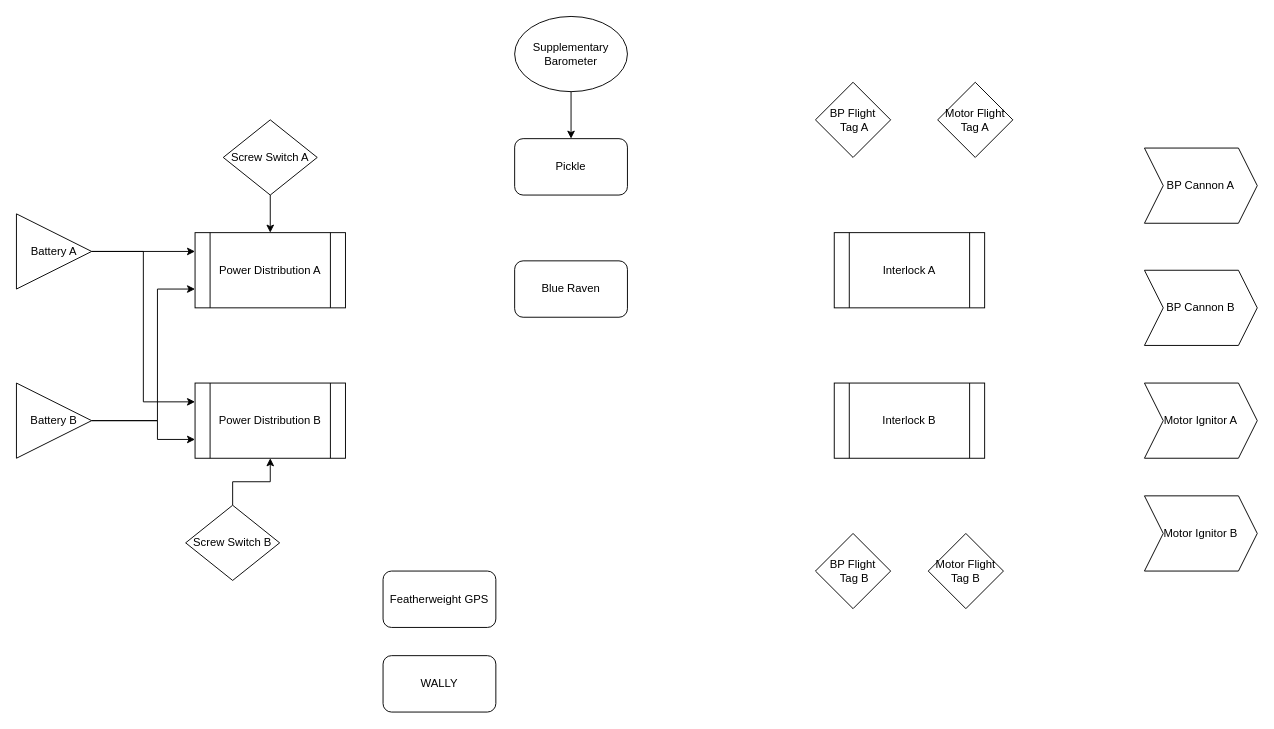
Earlier version of the draw.io diagram SIRIUS_sustainer.drawio (icl-rocketry/wally). Source tidied: cells renumbered, new cells numbered last; positions are measured from the earlier drawing's top-left corner, leaving out a move shared by most shapes. Both pictures are drawn from the tidied source at 94%, with x=0, y=0 at pixel (16, 16).
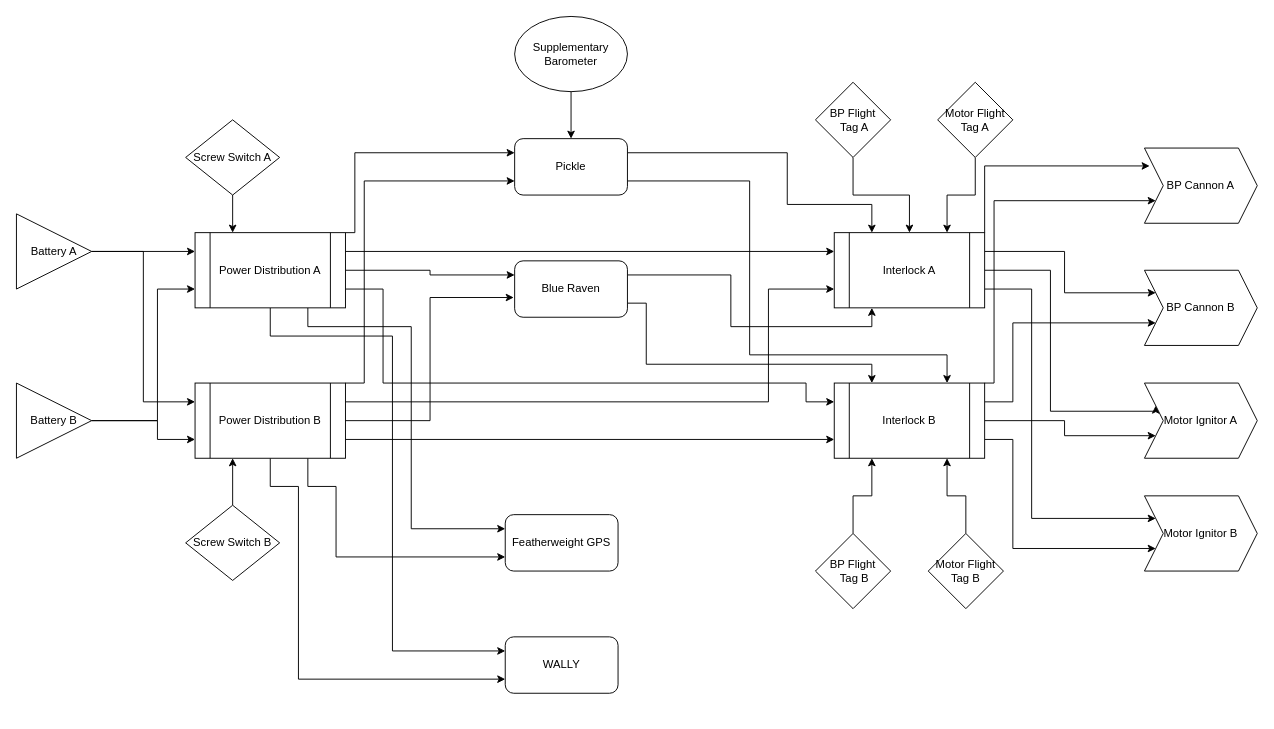
The same diagram, later.

The change refers to these unchanged cells:
```xml
<mxCell id="2" value="Power Distribution A" style="shape=process;whiteSpace=wrap;html=1;backgroundOutline=1;" parent="1" vertex="1">
  <mxGeometry x="190" y="230" width="160" height="80" as="geometry" />
</mxCell>
<mxCell id="3" value="Power Distribution B" style="shape=process;whiteSpace=wrap;html=1;backgroundOutline=1;" parent="1" vertex="1">
  <mxGeometry x="190" y="390" width="160" height="80" as="geometry" />
</mxCell>
<mxCell id="13" value="Screw Switch B" style="rhombus;whiteSpace=wrap;html=1;" parent="1" vertex="1">
  <mxGeometry x="180" y="520" width="100" height="80" as="geometry" />
</mxCell>
<mxCell id="14" value="Pickle" style="rounded=1;whiteSpace=wrap;html=1;" parent="1" vertex="1">
  <mxGeometry x="530" y="130" width="120" height="60" as="geometry" />
</mxCell>
<mxCell id="15" value="Blue Raven" style="rounded=1;whiteSpace=wrap;html=1;" parent="1" vertex="1">
  <mxGeometry x="530" y="260" width="120" height="60" as="geometry" />
</mxCell>
<mxCell id="20" value="Interlock A" style="shape=process;whiteSpace=wrap;html=1;backgroundOutline=1;" parent="1" vertex="1">
  <mxGeometry x="870" y="230" width="160" height="80" as="geometry" />
</mxCell>
<mxCell id="21" value="Interlock B" style="shape=process;whiteSpace=wrap;html=1;backgroundOutline=1;" parent="1" vertex="1">
  <mxGeometry x="870" y="390" width="160" height="80" as="geometry" />
</mxCell>
<mxCell id="22" value="BP Cannon A" style="shape=step;perimeter=stepPerimeter;whiteSpace=wrap;html=1;fixedSize=1;" parent="1" vertex="1">
  <mxGeometry x="1200" y="140" width="120" height="80" as="geometry" />
</mxCell>
<mxCell id="23" value="BP Cannon B" style="shape=step;perimeter=stepPerimeter;whiteSpace=wrap;html=1;fixedSize=1;" parent="1" vertex="1">
  <mxGeometry x="1200" y="270" width="120" height="80" as="geometry" />
</mxCell>
<mxCell id="24" value="Motor Ignitor A" style="shape=step;perimeter=stepPerimeter;whiteSpace=wrap;html=1;fixedSize=1;" parent="1" vertex="1">
  <mxGeometry x="1200" y="390" width="120" height="80" as="geometry" />
</mxCell>
<mxCell id="25" value="Motor Ignitor B" style="shape=step;perimeter=stepPerimeter;whiteSpace=wrap;html=1;fixedSize=1;" parent="1" vertex="1">
  <mxGeometry x="1200" y="510" width="120" height="80" as="geometry" />
</mxCell>
<mxCell id="26" value="BP Flight&lt;br&gt;&amp;nbsp;Tag A" style="rhombus;whiteSpace=wrap;html=1;" parent="1" vertex="1">
  <mxGeometry x="850" y="70" width="80" height="80" as="geometry" />
</mxCell>
<mxCell id="27" value="Motor Flight Tag A" style="rhombus;whiteSpace=wrap;html=1;" parent="1" vertex="1">
  <mxGeometry x="980" y="70" width="80" height="80" as="geometry" />
</mxCell>
<mxCell id="28" value="BP Flight&lt;br&gt;&amp;nbsp;Tag B" style="rhombus;whiteSpace=wrap;html=1;" parent="1" vertex="1">
  <mxGeometry x="850" y="550" width="80" height="80" as="geometry" />
</mxCell>
<mxCell id="29" value="Motor Flight Tag B" style="rhombus;whiteSpace=wrap;html=1;" parent="1" vertex="1">
  <mxGeometry x="970" y="550" width="80" height="80" as="geometry" />
</mxCell>
```

What changed in the source:
```diff
@@
+    <mxCell id="30" style="edgeStyle=orthogonalEdgeStyle;rounded=0;jettySize=auto;html=1;exitX=1;exitY=0;exitDx=0;exitDy=0;entryX=0;entryY=0.25;entryDx=0;entryDy=0;" parent="1" edge="1" source="2" target="14">
+      <mxGeometry relative="1" as="geometry">
+        <Array as="points">
+          <mxPoint x="360" y="230" />
+          <mxPoint x="360" y="145" />
+        </Array>
+      </mxGeometry>
+    </mxCell>
+    <mxCell id="31" style="edgeStyle=orthogonalEdgeStyle;rounded=0;jettySize=auto;html=1;exitX=1;exitY=0.25;exitDx=0;exitDy=0;entryX=0;entryY=0.25;entryDx=0;entryDy=0;" parent="1" edge="1" source="2" target="20">
+      <mxGeometry relative="1" as="geometry" />
+    </mxCell>
+    <mxCell id="32" style="edgeStyle=orthogonalEdgeStyle;rounded=0;jettySize=auto;html=1;exitX=1;exitY=0.5;exitDx=0;exitDy=0;entryX=0;entryY=0.25;entryDx=0;entryDy=0;" parent="1" edge="1" source="2" target="15">
+      <mxGeometry relative="1" as="geometry" />
+    </mxCell>
+    <mxCell id="33" style="edgeStyle=orthogonalEdgeStyle;rounded=0;jettySize=auto;html=1;exitX=1;exitY=0.75;exitDx=0;exitDy=0;entryX=0;entryY=0.25;entryDx=0;entryDy=0;" parent="1" edge="1" source="2" target="21">
+      <mxGeometry relative="1" as="geometry">
+        <Array as="points">
+          <mxPoint x="390" y="290" />
+          <mxPoint x="390" y="390" />
+          <mxPoint x="840" y="390" />
+          <mxPoint x="840" y="410" />
+        </Array>
+      </mxGeometry>
+    </mxCell>
+    <mxCell id="34" style="edgeStyle=orthogonalEdgeStyle;rounded=0;jettySize=auto;html=1;exitX=0.75;exitY=1;exitDx=0;exitDy=0;entryX=0;entryY=0.25;entryDx=0;entryDy=0;" parent="1" edge="1" source="2" target="17">
+      <mxGeometry relative="1" as="geometry">
+        <Array as="points">
+          <mxPoint x="310" y="330" />
+          <mxPoint x="420" y="330" />
+          <mxPoint x="420" y="545" />
+        </Array>
+      </mxGeometry>
+    </mxCell>
+    <mxCell id="35" style="edgeStyle=orthogonalEdgeStyle;rounded=0;jettySize=auto;html=1;exitX=0.5;exitY=1;exitDx=0;exitDy=0;entryX=0;entryY=0.25;entryDx=0;entryDy=0;" parent="1" edge="1" source="2" target="16">
+      <mxGeometry relative="1" as="geometry">
+        <Array as="points">
+          <mxPoint x="270" y="340" />
+          <mxPoint x="400" y="340" />
+          <mxPoint x="400" y="675" />
+        </Array>
+      </mxGeometry>
+    </mxCell>
@@
+    <mxCell id="36" style="edgeStyle=orthogonalEdgeStyle;rounded=0;jettySize=auto;html=1;exitX=1;exitY=0;exitDx=0;exitDy=0;entryX=0;entryY=0.75;entryDx=0;entryDy=0;" parent="1" edge="1" source="3" target="14">
+      <mxGeometry relative="1" as="geometry">
+        <Array as="points">
+          <mxPoint x="370" y="390" />
+          <mxPoint x="370" y="175" />
+        </Array>
+      </mxGeometry>
+    </mxCell>
+    <mxCell id="37" style="edgeStyle=orthogonalEdgeStyle;rounded=0;jettySize=auto;html=1;exitX=1;exitY=0.25;exitDx=0;exitDy=0;entryX=0;entryY=0.75;entryDx=0;entryDy=0;" parent="1" edge="1" source="3" target="20">
+      <mxGeometry relative="1" as="geometry">
+        <Array as="points">
+          <mxPoint x="800" y="410" />
+          <mxPoint x="800" y="290" />
+        </Array>
+      </mxGeometry>
+    </mxCell>
+    <mxCell id="38" style="edgeStyle=orthogonalEdgeStyle;rounded=0;jettySize=auto;html=1;exitX=1;exitY=0.75;exitDx=0;exitDy=0;entryX=0;entryY=0.75;entryDx=0;entryDy=0;" parent="1" edge="1" source="3" target="21">
+      <mxGeometry relative="1" as="geometry" />
+    </mxCell>
+    <mxCell id="39" style="edgeStyle=orthogonalEdgeStyle;rounded=0;jettySize=auto;html=1;exitX=0.75;exitY=1;exitDx=0;exitDy=0;entryX=0;entryY=0.75;entryDx=0;entryDy=0;" parent="1" edge="1" source="3" target="17">
+      <mxGeometry relative="1" as="geometry">
+        <Array as="points">
+          <mxPoint x="310" y="500" />
+          <mxPoint x="340" y="500" />
+          <mxPoint x="340" y="575" />
+        </Array>
+      </mxGeometry>
+    </mxCell>
+    <mxCell id="40" style="edgeStyle=orthogonalEdgeStyle;rounded=0;jettySize=auto;html=1;exitX=0.5;exitY=1;exitDx=0;exitDy=0;entryX=0;entryY=0.75;entryDx=0;entryDy=0;" parent="1" edge="1" source="3" target="16">
+      <mxGeometry relative="1" as="geometry">
+        <Array as="points">
+          <mxPoint x="270" y="500" />
+          <mxPoint x="300" y="500" />
+          <mxPoint x="300" y="705" />
+        </Array>
+      </mxGeometry>
+    </mxCell>
@@
-    <mxCell id="10" style="edgeStyle=orthogonalEdgeStyle;rounded=0;jettySize=auto;html=1;exitX=0.5;exitY=1;exitDx=0;exitDy=0;entryX=0.5;entryY=0;entryDx=0;entryDy=0;" parent="1" edge="1" source="11" target="2">
+    <mxCell id="10" style="edgeStyle=orthogonalEdgeStyle;rounded=0;jettySize=auto;html=1;exitX=0.5;exitY=1;exitDx=0;exitDy=0;entryX=0.25;entryY=0;entryDx=0;entryDy=0;" parent="1" edge="1" source="11" target="2">
       <mxGeometry relative="1" as="geometry" />
     </mxCell>
     <mxCell id="11" value="Screw Switch A" style="rhombus;whiteSpace=wrap;html=1;" parent="1" vertex="1">
-      <mxGeometry x="220" y="110" width="100" height="80" as="geometry" />
+      <mxGeometry x="180" y="110" width="100" height="80" as="geometry" />
     </mxCell>
-    <mxCell id="12" style="edgeStyle=orthogonalEdgeStyle;rounded=0;jettySize=auto;html=1;exitX=0.5;exitY=0;exitDx=0;exitDy=0;entryX=0.5;entryY=1;entryDx=0;entryDy=0;" parent="1" edge="1" source="13" target="3">
+    <mxCell id="12" style="edgeStyle=orthogonalEdgeStyle;rounded=0;jettySize=auto;html=1;exitX=0.5;exitY=0;exitDx=0;exitDy=0;entryX=0.25;entryY=1;entryDx=0;entryDy=0;" parent="1" edge="1" source="13" target="3">
       <mxGeometry relative="1" as="geometry" />
     </mxCell>
@@
+    <mxCell id="41" style="edgeStyle=orthogonalEdgeStyle;rounded=0;jettySize=auto;html=1;exitX=1;exitY=0.25;exitDx=0;exitDy=0;entryX=0.25;entryY=0;entryDx=0;entryDy=0;" parent="1" edge="1" source="14" target="20">
+      <mxGeometry relative="1" as="geometry">
+        <Array as="points">
+          <mxPoint x="820" y="145" />
+          <mxPoint x="820" y="200" />
+          <mxPoint x="910" y="200" />
+        </Array>
+      </mxGeometry>
+    </mxCell>
+    <mxCell id="42" style="edgeStyle=orthogonalEdgeStyle;rounded=0;jettySize=auto;html=1;exitX=1;exitY=0.75;exitDx=0;exitDy=0;entryX=0.75;entryY=0;entryDx=0;entryDy=0;" parent="1" edge="1" source="14" target="21">
+      <mxGeometry relative="1" as="geometry">
+        <Array as="points">
+          <mxPoint x="780" y="175" />
+          <mxPoint x="780" y="360" />
+          <mxPoint x="990" y="360" />
+        </Array>
+      </mxGeometry>
+    </mxCell>
@@
+    <mxCell id="43" style="edgeStyle=orthogonalEdgeStyle;rounded=0;jettySize=auto;html=1;exitX=1;exitY=0.25;exitDx=0;exitDy=0;entryX=0.25;entryY=1;entryDx=0;entryDy=0;" parent="1" edge="1" source="15" target="20">
+      <mxGeometry relative="1" as="geometry" />
+    </mxCell>
+    <mxCell id="44" style="edgeStyle=orthogonalEdgeStyle;rounded=0;jettySize=auto;html=1;exitX=1;exitY=0.75;exitDx=0;exitDy=0;entryX=0.25;entryY=0;entryDx=0;entryDy=0;" parent="1" edge="1" source="15" target="21">
+      <mxGeometry relative="1" as="geometry">
+        <Array as="points">
+          <mxPoint x="670" y="305" />
+          <mxPoint x="670" y="370" />
+          <mxPoint x="910" y="370" />
+        </Array>
+      </mxGeometry>
+    </mxCell>
@@
     <mxCell id="16" value="WALLY" style="rounded=1;whiteSpace=wrap;html=1;" parent="1" vertex="1">
-      <mxGeometry x="390" y="680" width="120" height="60" as="geometry" />
+      <mxGeometry x="520" y="660" width="120" height="60" as="geometry" />
     </mxCell>
     <mxCell id="17" value="Featherweight GPS" style="rounded=1;whiteSpace=wrap;html=1;" parent="1" vertex="1">
-      <mxGeometry x="390" y="590" width="120" height="60" as="geometry" />
+      <mxGeometry x="520" y="530" width="120" height="60" as="geometry" />
     </mxCell>
@@
+    <mxCell id="45" style="edgeStyle=orthogonalEdgeStyle;rounded=0;jettySize=auto;html=1;exitX=1;exitY=0.25;exitDx=0;exitDy=0;entryX=0;entryY=0.25;entryDx=0;entryDy=0;" parent="1" edge="1" source="20" target="23">
+      <mxGeometry relative="1" as="geometry" />
+    </mxCell>
+    <mxCell id="46" style="edgeStyle=orthogonalEdgeStyle;rounded=0;jettySize=auto;html=1;exitX=1;exitY=0.5;exitDx=0;exitDy=0;entryX=0;entryY=0.25;entryDx=0;entryDy=0;" parent="1" edge="1" source="20" target="24">
+      <mxGeometry relative="1" as="geometry">
+        <Array as="points">
+          <mxPoint x="1100" y="270" />
+          <mxPoint x="1100" y="420" />
+          <mxPoint x="1212" y="420" />
+        </Array>
+      </mxGeometry>
+    </mxCell>
+    <mxCell id="47" style="edgeStyle=orthogonalEdgeStyle;rounded=0;jettySize=auto;html=1;exitX=1;exitY=0.75;exitDx=0;exitDy=0;entryX=0;entryY=0.25;entryDx=0;entryDy=0;" parent="1" edge="1" source="20" target="25">
+      <mxGeometry relative="1" as="geometry">
+        <Array as="points">
+          <mxPoint x="1080" y="290" />
+          <mxPoint x="1080" y="534" />
+        </Array>
+      </mxGeometry>
+    </mxCell>
@@
+    <mxCell id="48" style="edgeStyle=orthogonalEdgeStyle;rounded=0;jettySize=auto;html=1;exitX=1;exitY=0;exitDx=0;exitDy=0;entryX=0;entryY=0.75;entryDx=0;entryDy=0;" parent="1" edge="1" source="21" target="22">
+      <mxGeometry relative="1" as="geometry">
+        <Array as="points">
+          <mxPoint x="1040" y="390" />
+          <mxPoint x="1040" y="196" />
+        </Array>
+      </mxGeometry>
+    </mxCell>
+    <mxCell id="49" style="edgeStyle=orthogonalEdgeStyle;rounded=0;jettySize=auto;html=1;exitX=1;exitY=0.25;exitDx=0;exitDy=0;entryX=0;entryY=0.75;entryDx=0;entryDy=0;" parent="1" edge="1" source="21" target="23">
+      <mxGeometry relative="1" as="geometry">
+        <Array as="points">
+          <mxPoint x="1060" y="410" />
+          <mxPoint x="1060" y="326" />
+        </Array>
+      </mxGeometry>
+    </mxCell>
+    <mxCell id="50" style="edgeStyle=orthogonalEdgeStyle;rounded=0;jettySize=auto;html=1;exitX=1;exitY=0.5;exitDx=0;exitDy=0;entryX=0;entryY=0.75;entryDx=0;entryDy=0;" parent="1" edge="1" source="21" target="24">
+      <mxGeometry relative="1" as="geometry" />
+    </mxCell>
+    <mxCell id="51" style="edgeStyle=orthogonalEdgeStyle;rounded=0;jettySize=auto;html=1;exitX=1;exitY=0.75;exitDx=0;exitDy=0;entryX=0;entryY=0.75;entryDx=0;entryDy=0;" parent="1" edge="1" source="21" target="25">
+      <mxGeometry relative="1" as="geometry">
+        <Array as="points">
+          <mxPoint x="1060" y="450" />
+          <mxPoint x="1060" y="566" />
+        </Array>
+      </mxGeometry>
+    </mxCell>
@@
+    <mxCell id="52" style="edgeStyle=orthogonalEdgeStyle;rounded=0;jettySize=auto;html=1;exitX=0.5;exitY=1;exitDx=0;exitDy=0;entryX=0.5;entryY=0;entryDx=0;entryDy=0;" parent="1" edge="1" source="26" target="20">
+      <mxGeometry relative="1" as="geometry" />
+    </mxCell>
@@
+    <mxCell id="53" style="edgeStyle=orthogonalEdgeStyle;rounded=0;jettySize=auto;html=1;exitX=0.5;exitY=1;exitDx=0;exitDy=0;entryX=0.75;entryY=0;entryDx=0;entryDy=0;" parent="1" edge="1" source="27" target="20">
+      <mxGeometry relative="1" as="geometry" />
+    </mxCell>
@@
+    <mxCell id="54" style="edgeStyle=orthogonalEdgeStyle;rounded=0;jettySize=auto;html=1;exitX=0.5;exitY=0;exitDx=0;exitDy=0;entryX=0.25;entryY=1;entryDx=0;entryDy=0;" parent="1" edge="1" source="28" target="21">
+      <mxGeometry relative="1" as="geometry" />
+    </mxCell>
@@
+    <mxCell id="55" style="edgeStyle=orthogonalEdgeStyle;rounded=0;jettySize=auto;html=1;exitX=0.5;exitY=0;exitDx=0;exitDy=0;entryX=0.75;entryY=1;entryDx=0;entryDy=0;" parent="1" edge="1" source="29" target="21">
+      <mxGeometry relative="1" as="geometry" />
+    </mxCell>
@@
+    <mxCell id="56" style="edgeStyle=orthogonalEdgeStyle;rounded=0;jettySize=auto;html=1;exitX=1;exitY=0.5;exitDx=0;exitDy=0;entryX=-0.008;entryY=0.65;entryDx=0;entryDy=0;entryPerimeter=0;" parent="1" edge="1" source="3" target="15">
+      <mxGeometry relative="1" as="geometry" />
+    </mxCell>
+    <mxCell id="57" style="edgeStyle=orthogonalEdgeStyle;rounded=0;jettySize=auto;html=1;exitX=1;exitY=0;exitDx=0;exitDy=0;entryX=0.046;entryY=0.238;entryDx=0;entryDy=0;entryPerimeter=0;" parent="1" edge="1" source="20" target="22">
+      <mxGeometry relative="1" as="geometry">
+        <Array as="points">
+          <mxPoint x="1030" y="159" />
+        </Array>
+      </mxGeometry>
+    </mxCell>
```
